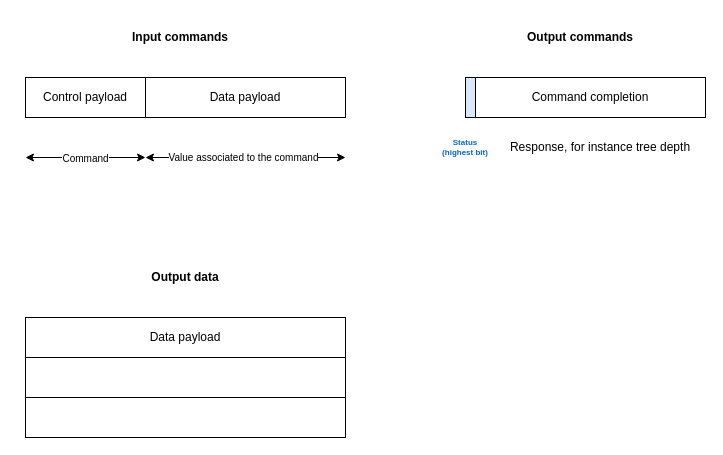
This is page "Packets Formating" (2 of 6) of doc/figures.drawio.xml from dpretet/bster, a draw.io file, before an edit. Source tidied: cells renumbered, new cells numbered last; positions are measured from the earlier drawing's top-left corner, leaving out a move shared by most shapes. Both pictures are drawn from the tidied source at 100%, with x=0, y=0 at pixel (25, 17).
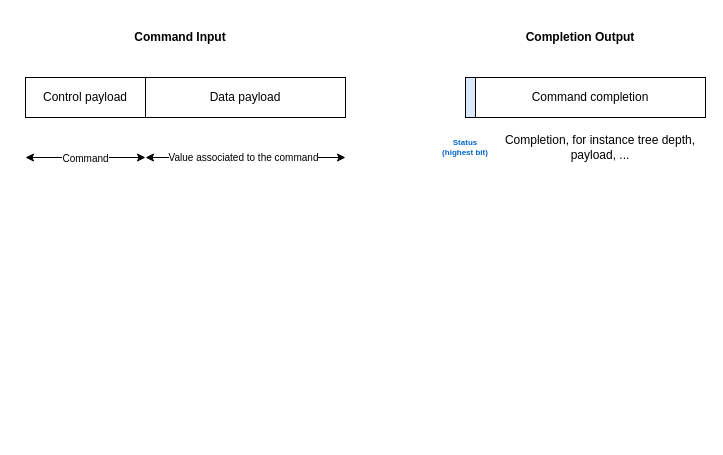
Above is the later version.

Diff of the diagram source:
```diff
@@
-    <mxCell id="8" value="Input commands" style="text;html=1;strokeColor=none;fillColor=none;align=center;verticalAlign=middle;whiteSpace=wrap;rounded=0;fontStyle=1;" parent="1" vertex="1">
+    <mxCell id="8" value="Command Input" style="text;html=1;strokeColor=none;fillColor=none;align=center;verticalAlign=middle;whiteSpace=wrap;rounded=0;fontStyle=1;" parent="1" vertex="1">
       <mxGeometry width="310" height="40" as="geometry" />
     </mxCell>
-    <mxCell id="9" value="Output data" style="text;html=1;strokeColor=none;fillColor=none;align=center;verticalAlign=middle;whiteSpace=wrap;rounded=0;fontStyle=1;" parent="1" vertex="1">
-      <mxGeometry y="240" width="320" height="40" as="geometry" />
-    </mxCell>
-    <mxCell id="10" value="Data payload" style="rounded=0;whiteSpace=wrap;html=1;" parent="1" vertex="1">
-      <mxGeometry y="300" width="320" height="40" as="geometry" />
-    </mxCell>
-    <mxCell id="11" style="rounded=0;whiteSpace=wrap;html=1;" parent="1" vertex="1">
-      <mxGeometry y="380" width="320" height="40" as="geometry" />
-    </mxCell>
-    <mxCell id="12" style="rounded=0;whiteSpace=wrap;html=1;" parent="1" vertex="1">
-      <mxGeometry y="340" width="320" height="40" as="geometry" />
-    </mxCell>
-    <mxCell id="13" value="Output commands" style="text;html=1;strokeColor=none;fillColor=none;align=center;verticalAlign=middle;whiteSpace=wrap;rounded=0;fontStyle=1;" parent="1" vertex="1">
+    <mxCell id="13" value="Completion Output" style="text;html=1;strokeColor=none;fillColor=none;align=center;verticalAlign=middle;whiteSpace=wrap;rounded=0;fontStyle=1;" parent="1" vertex="1">
       <mxGeometry x="440" width="230" height="40" as="geometry" />
     </mxCell>
@@
-    <mxCell id="17" value="Response, for instance tree depth" style="text;html=1;strokeColor=none;fillColor=none;align=center;verticalAlign=middle;whiteSpace=wrap;rounded=0;" parent="1" vertex="1">
+    <mxCell id="17" value="Completion, for instance tree depth, payload, ..." style="text;html=1;strokeColor=none;fillColor=none;align=center;verticalAlign=middle;whiteSpace=wrap;rounded=0;" parent="1" vertex="1">
       <mxGeometry x="470" y="120" width="210" height="20" as="geometry" />
     </mxCell>
```
